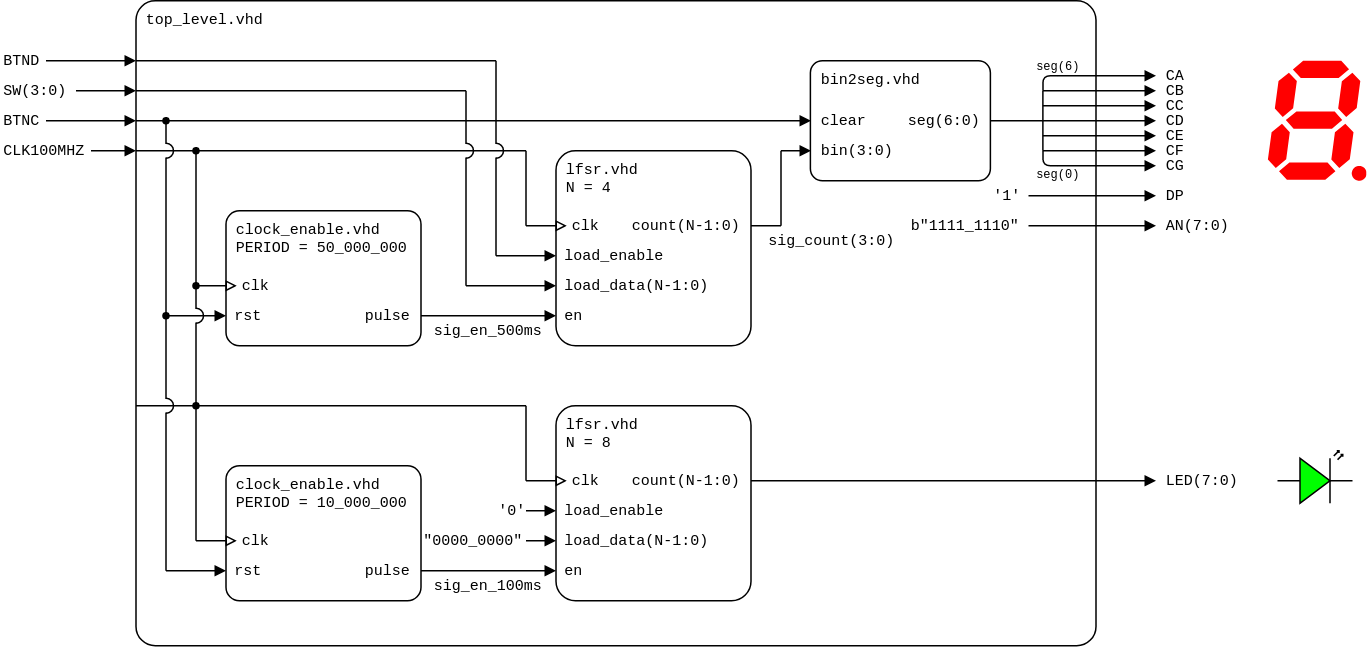
Above: lab6-lfsr/images/top-level_lfsr_n-bit_structure.png in tomas-fryza/vhdl-course (draw.io), before the change. Source tidied: cells renumbered, new cells last; positions are measured from the earlier drawing's top-left corner, leaving out a move shared by most shapes.
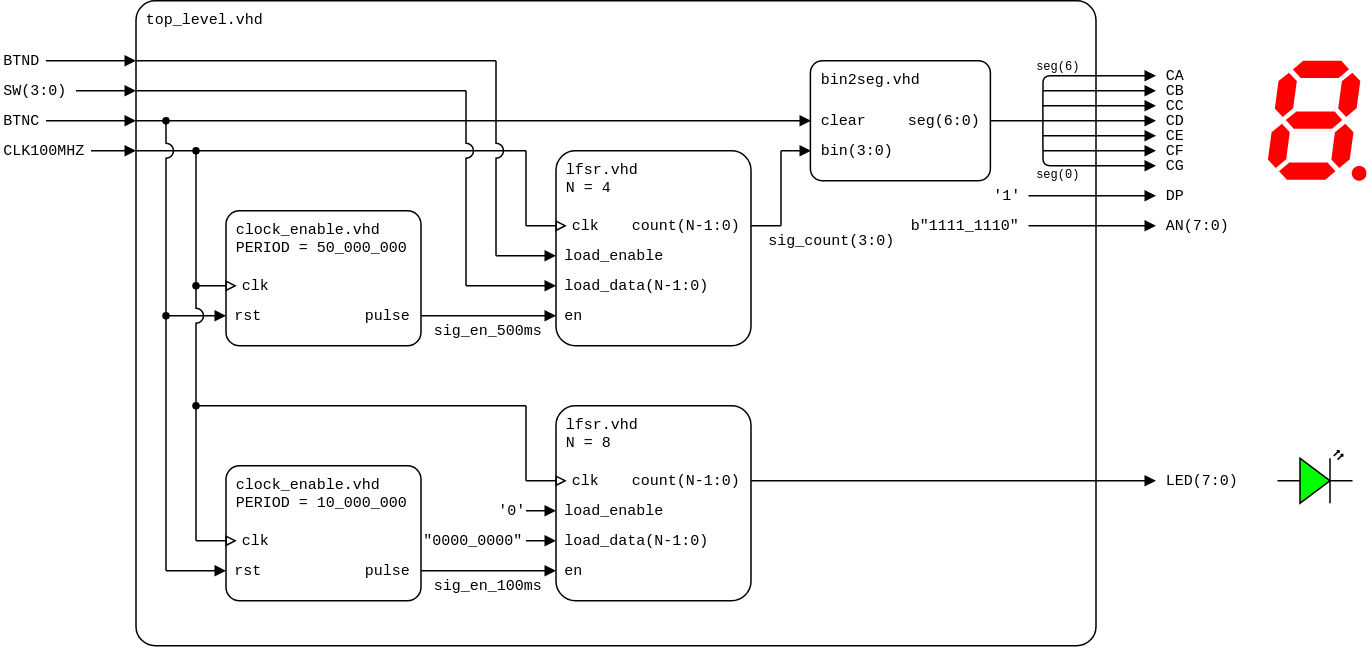
The same file after the commit.

Diff of the diagram source:
```diff
@@ -398,7 +398,7 @@
     </mxCell>
     <mxCell id="89" style="endArrow=none;html=1;rounded=0;endFill=0;endSize=5;startSize=5;" parent="1" edge="1">
       <mxGeometry relative="1" as="geometry">
-        <mxPoint x="90" y="270" as="sourcePoint" />
+        <mxPoint x="130" y="270" as="sourcePoint" />
         <mxPoint x="350" y="270" as="targetPoint" />
       </mxGeometry>
     </mxCell>
@@ -435,50 +435,41 @@
         <mxPoint x="130" y="270" as="targetPoint" />
       </mxGeometry>
     </mxCell>
-    <mxCell id="98" style="verticalLabelPosition=bottom;verticalAlign=top;html=1;shape=mxgraph.basic.arc;startAngle=0.75;endAngle=0.25;rotation=90;" parent="1" vertex="1">
-      <mxGeometry x="105" y="265" width="10" height="10" as="geometry" />
+    <mxCell id="98" value="load_data(N-1:0)" style="text;html=1;align=left;verticalAlign=middle;whiteSpace=wrap;rounded=0;fontFamily=Courier New;fontSize=10;fillOpacity=100;spacingLeft=5;" parent="1" vertex="1">
+      <mxGeometry x="369.4" y="350" width="110.6" height="20" as="geometry" />
     </mxCell>
-    <mxCell id="99" style="endArrow=none;html=1;rounded=0;startArrow=none;startFill=0;endSize=4;startSize=4;" parent="1" edge="1">
+    <mxCell id="99" style="endArrow=block;html=1;rounded=0;endFill=1;endSize=5;startSize=5;" parent="1" edge="1">
       <mxGeometry relative="1" as="geometry">
-        <mxPoint x="110" y="380" as="sourcePoint" />
-        <mxPoint x="110" y="274.5" as="targetPoint" />
+        <mxPoint x="350" y="340" as="sourcePoint" />
+        <mxPoint x="370" y="340" as="targetPoint" />
       </mxGeometry>
     </mxCell>
-    <mxCell id="100" value="load_data(N-1:0)" style="text;html=1;align=left;verticalAlign=middle;whiteSpace=wrap;rounded=0;fontFamily=Courier New;fontSize=10;fillOpacity=100;spacingLeft=5;" parent="1" vertex="1">
-      <mxGeometry x="369.4" y="350" width="110.6" height="20" as="geometry" />
+    <mxCell id="100" style="endArrow=oval;html=1;rounded=0;startArrow=none;startFill=0;endSize=4;startSize=4;endFill=1;" parent="1" edge="1">
+      <mxGeometry relative="1" as="geometry">
+        <mxPoint x="130" y="205.5" as="sourcePoint" />
+        <mxPoint x="130" y="190" as="targetPoint" />
+      </mxGeometry>
     </mxCell>
-    <mxCell id="101" style="endArrow=block;html=1;rounded=0;endFill=1;endSize=5;startSize=5;" parent="1" edge="1">
-      <mxGeometry relative="1" as="geometry">
-        <mxPoint x="350" y="340" as="sourcePoint" />
-        <mxPoint x="370" y="340" as="targetPoint" />
-      </mxGeometry>
+    <mxCell id="101" style="verticalLabelPosition=bottom;verticalAlign=top;html=1;shape=mxgraph.basic.arc;startAngle=0.75;endAngle=0.25;rotation=90;" parent="1" vertex="1">
+      <mxGeometry x="125" y="205" width="10" height="10" as="geometry" />
     </mxCell>
     <mxCell id="102" style="endArrow=oval;html=1;rounded=0;startArrow=none;startFill=0;endSize=4;startSize=4;endFill=1;" parent="1" edge="1">
       <mxGeometry relative="1" as="geometry">
-        <mxPoint x="130" y="205.5" as="sourcePoint" />
-        <mxPoint x="130" y="190" as="targetPoint" />
+        <mxPoint x="110" y="380" as="sourcePoint" />
+        <mxPoint x="110" y="210" as="targetPoint" />
       </mxGeometry>
     </mxCell>
-    <mxCell id="103" style="verticalLabelPosition=bottom;verticalAlign=top;html=1;shape=mxgraph.basic.arc;startAngle=0.75;endAngle=0.25;rotation=90;" parent="1" vertex="1">
-      <mxGeometry x="125" y="205" width="10" height="10" as="geometry" />
+    <mxCell id="103" style="endArrow=none;html=1;rounded=0;startArrow=none;startFill=0;endSize=4;startSize=4;" parent="1" edge="1">
+      <mxGeometry relative="1" as="geometry">
+        <mxPoint x="130" y="270" as="sourcePoint" />
+        <mxPoint x="130" y="214.5" as="targetPoint" />
+      </mxGeometry>
     </mxCell>
-    <mxCell id="104" style="endArrow=oval;html=1;rounded=0;startArrow=none;startFill=0;endSize=4;startSize=4;endFill=1;" parent="1" edge="1">
-      <mxGeometry relative="1" as="geometry">
-        <mxPoint x="110" y="265.5" as="sourcePoint" />
-        <mxPoint x="110" y="210" as="targetPoint" />
-      </mxGeometry>
+    <mxCell id="104" value="'0'" style="text;html=1;align=left;verticalAlign=middle;whiteSpace=wrap;rounded=0;fontFamily=Courier New;fontSize=10;fillOpacity=100;spacing=2;spacingLeft=0;" parent="1" vertex="1">
+      <mxGeometry x="330" y="330" width="20" height="20" as="geometry" />
     </mxCell>
-    <mxCell id="105" style="endArrow=none;html=1;rounded=0;startArrow=none;startFill=0;endSize=4;startSize=4;" parent="1" edge="1">
-      <mxGeometry relative="1" as="geometry">
-        <mxPoint x="130" y="270" as="sourcePoint" />
-        <mxPoint x="130" y="214.5" as="targetPoint" />
-      </mxGeometry>
+    <mxCell id="105" value="&quot;0000_0000&quot;" style="text;html=1;align=left;verticalAlign=middle;whiteSpace=wrap;rounded=0;fontFamily=Courier New;fontSize=10;fillOpacity=100;spacing=2;spacingLeft=0;" parent="1" vertex="1">
+      <mxGeometry x="280" y="350" width="70" height="20" as="geometry" />
     </mxCell>
-    <mxCell id="106" value="'0'" style="text;html=1;align=left;verticalAlign=middle;whiteSpace=wrap;rounded=0;fontFamily=Courier New;fontSize=10;fillOpacity=100;spacing=2;spacingLeft=0;" parent="1" vertex="1">
-      <mxGeometry x="330" y="330" width="20" height="20" as="geometry" />
-    </mxCell>
-    <mxCell id="107" value="&quot;0000_0000&quot;" style="text;html=1;align=left;verticalAlign=middle;whiteSpace=wrap;rounded=0;fontFamily=Courier New;fontSize=10;fillOpacity=100;spacing=2;spacingLeft=0;" parent="1" vertex="1">
-      <mxGeometry x="280" y="350" width="70" height="20" as="geometry" />
-    </mxCell>
   </root>
 </mxGraphModel>
```
